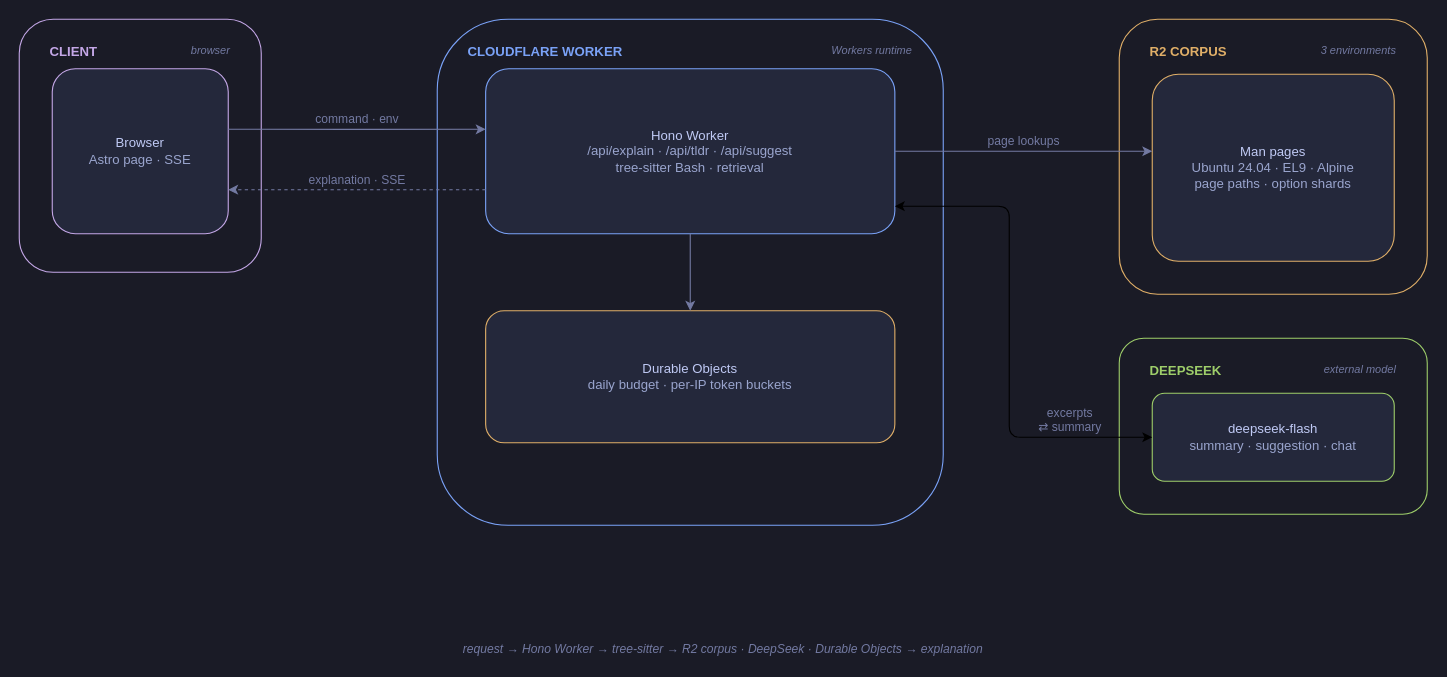
This is docs/diagrams/architecture.drawio from zyzyx03/rungkai, a draw.io file, before an edit. Source tidied: cells renumbered, new cells numbered last; positions are measured from the earlier drawing's top-left corner, leaving out a move shared by most shapes. Both pictures are drawn from the tidied source at 110%, with x=0, y=0 at pixel (19, 19).
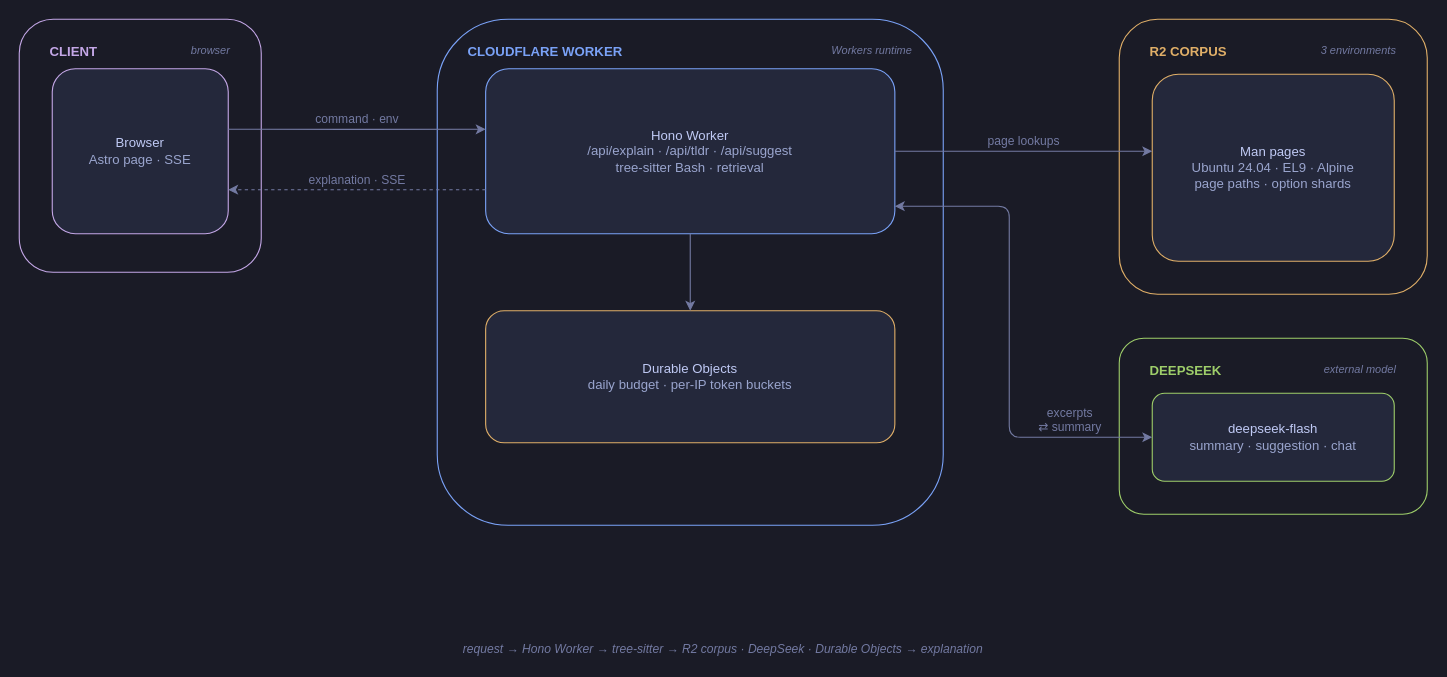
After the change.

Commit message (it also covers changes not shown here):
fix(docs): draw the model edge in the wire colour

The edge added through edit_diagram kept the named style, which the editor does not expand, so the export fell back to a black stroke. Inline the style and re-export the source and AVIF.

Unchanged cells that the change refers to:
```xml
<mxCell id="9" value="Hono Worker&lt;br&gt;&lt;font color=&quot;#9aa5ce&quot;&gt;/api/explain · /api/tldr · /api/suggest&lt;br&gt;tree-sitter Bash · retrieval&lt;/font&gt;" style="rounded=1;arcSize=14;fillColor=#24283b;fontColor=#c0caf5;fontSize=12;strokeColor=#7aa2f7;whiteSpace=wrap;html=1;" parent="6" vertex="1">
  <mxGeometry x="44" y="45" width="372" height="150" as="geometry" />
</mxCell>
<mxCell id="18" value="deepseek-flash&lt;br&gt;&lt;font color=&quot;#9aa5ce&quot;&gt;summary · suggestion · chat&lt;/font&gt;" style="rounded=1;arcSize=14;fillColor=#24283b;fontColor=#c0caf5;fontSize=12;strokeColor=#9ece6a;whiteSpace=wrap;html=1;" parent="15" vertex="1">
  <mxGeometry x="30" y="50" width="220" height="80" as="geometry" />
</mxCell>
```

The edit, as a diff of the source:
```diff
@@
-    <mxCell id="23" style="wire;startArrow=classic;exitX=1;exitY=0.833;entryX=0;entryY=0.5;html=1;" parent="1" edge="1" source="9" target="18">
+    <mxCell id="23" style="edgeStyle=orthogonalEdgeStyle;strokeColor=#737aa2;fontColor=#737aa2;fontSize=11;labelBackgroundColor=none;verticalAlign=bottom;startArrow=classic;endArrow=classic;exitX=1;exitY=0.833;entryX=0;entryY=0.5;html=1;" parent="1" edge="1" source="9" target="18">
       <mxGeometry relative="1" as="geometry">
         <Array as="points">
           <mxPoint x="900" y="170" />
           <mxPoint x="900" y="380" />
         </Array>
       </mxGeometry>
     </mxCell>
```
